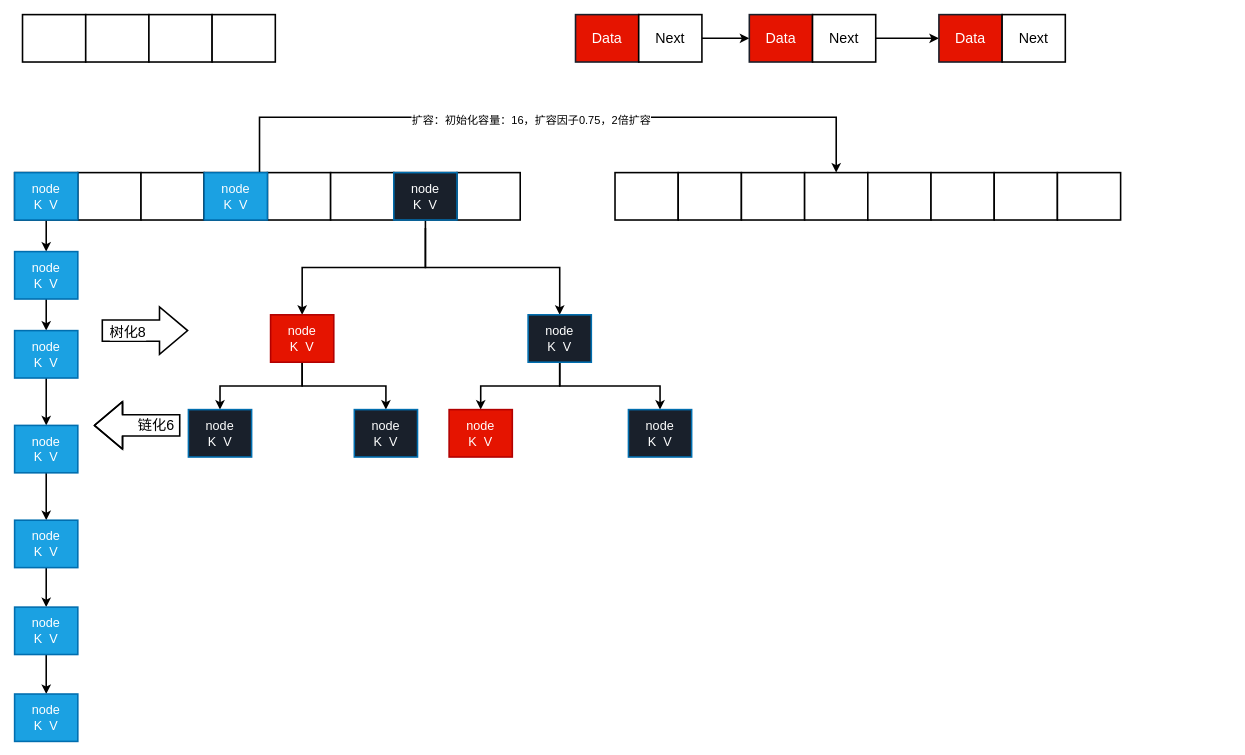
The draw.io diagram Java.drawio in starzy1990/diagrams, before the edit. Source tidied: cells renumbered, new cells numbered last; positions are measured from the earlier drawing's top-left corner, leaving out a move shared by most shapes. Both pictures are drawn from the tidied source at 79%, with x=0, y=0 at pixel (14, 14).
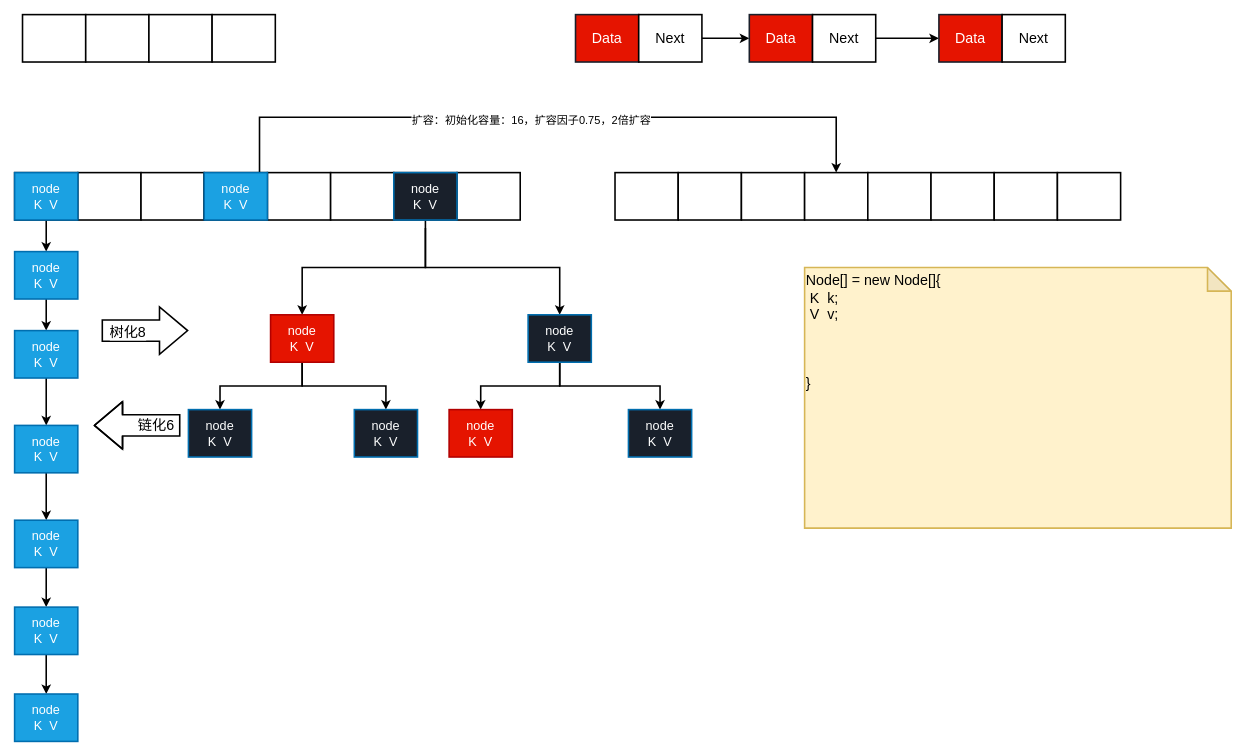
After the change.

Diff of the diagram source:
```diff
@@
+    <mxCell id="63" value="Node[] = new Node[]{&lt;br&gt;&lt;span style=&quot;white-space: pre&quot;&gt; &lt;/span&gt;K&amp;nbsp; k;&lt;br&gt;&lt;span style=&quot;white-space: pre&quot;&gt; &lt;/span&gt;V&amp;nbsp; v;&lt;br&gt;&lt;br&gt;&lt;br&gt;&lt;br&gt;}" style="shape=note;whiteSpace=wrap;html=1;backgroundOutline=1;darkOpacity=0.05;fontSize=18;strokeColor=#d6b656;strokeWidth=2;fillColor=#fff2cc;align=left;verticalAlign=top;" parent="1" vertex="1">
+      <mxGeometry x="1000" y="320" width="540" height="330" as="geometry" />
+    </mxCell>
```
